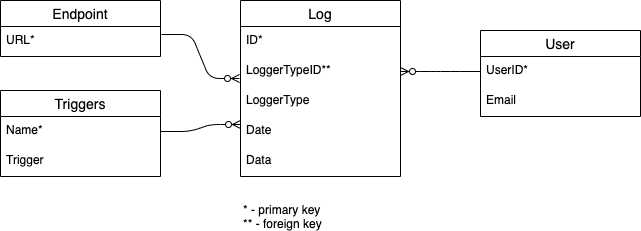
minima-global/emh keeps this draw.io diagram as docs/images/dbase.png. Above is the earlier version. Source tidied: cells renumbered, new cells last; positions are measured from the earlier drawing's top-left corner, leaving out a move shared by most shapes. Its diagram source:
```xml
<mxGraphModel>
  <root>
    <mxCell id="0" />
    <mxCell id="1" parent="0" />
    <mxCell id="2" value="User" style="swimlane;fontStyle=0;horizontal=1;startSize=26;align=center;fontSize=14;" parent="1" vertex="1">
      <mxGeometry x="480" y="30" width="160" height="86" as="geometry" />
    </mxCell>
    <mxCell id="3" value="UserID*" style="text;strokeColor=none;fillColor=none;spacingLeft=4;spacingRight=4;overflow=hidden;points=[[0,0.5],[1,0.5]];portConstraint=eastwest;fontSize=12;" parent="2" vertex="1">
      <mxGeometry y="26" width="160" height="30" as="geometry" />
    </mxCell>
    <mxCell id="4" value="Email" style="text;strokeColor=none;fillColor=none;spacingLeft=4;spacingRight=4;overflow=hidden;fontSize=12;" parent="2" vertex="1">
      <mxGeometry y="56" width="160" height="30" as="geometry" />
    </mxCell>
    <mxCell id="5" value="Log" style="swimlane;fontStyle=0;horizontal=1;startSize=26;align=center;fontSize=14;" parent="1" vertex="1">
      <mxGeometry x="240" width="160" height="176" as="geometry" />
    </mxCell>
    <mxCell id="6" value="ID*" style="text;strokeColor=none;fillColor=none;spacingLeft=4;spacingRight=4;overflow=hidden;fontSize=12;" parent="5" vertex="1">
      <mxGeometry y="26" width="160" height="30" as="geometry" />
    </mxCell>
    <mxCell id="7" value="LoggerTypeID**" style="text;strokeColor=none;fillColor=none;spacingLeft=4;spacingRight=4;overflow=hidden;points=[[0,0.5],[1,0.5]];portConstraint=eastwest;fontSize=12;" parent="5" vertex="1">
      <mxGeometry y="56" width="160" height="30" as="geometry" />
    </mxCell>
    <mxCell id="8" value="LoggerType" style="text;strokeColor=none;fillColor=none;spacingLeft=4;spacingRight=4;overflow=hidden;fontSize=12;" parent="5" vertex="1">
      <mxGeometry y="86" width="160" height="30" as="geometry" />
    </mxCell>
    <mxCell id="9" value="Date" style="text;strokeColor=none;fillColor=none;spacingLeft=4;spacingRight=4;overflow=hidden;fontSize=12;" parent="5" vertex="1">
      <mxGeometry y="116" width="160" height="30" as="geometry" />
    </mxCell>
    <mxCell id="10" style="edgeStyle=entityRelationEdgeStyle;fontSize=12;html=1;endArrow=ERzeroToMany;endFill=1;exitX=1;exitY=0.5;exitDx=0;exitDy=0;" parent="5" edge="1" source="13">
      <mxGeometry relative="1" as="geometry">
        <mxPoint y="124" as="targetPoint" />
      </mxGeometry>
    </mxCell>
    <mxCell id="11" value="Data" style="text;strokeColor=none;fillColor=none;spacingLeft=4;spacingRight=4;overflow=hidden;fontSize=12;" parent="5" vertex="1">
      <mxGeometry y="146" width="160" height="30" as="geometry" />
    </mxCell>
    <mxCell id="12" value="Triggers" style="swimlane;fontStyle=0;horizontal=1;startSize=26;align=center;fontSize=14;" parent="1" vertex="1">
      <mxGeometry y="90" width="160" height="86" as="geometry" />
    </mxCell>
    <mxCell id="13" value="Name* " style="text;strokeColor=none;fillColor=none;spacingLeft=4;spacingRight=4;overflow=hidden;points=[[0,0.5],[1,0.5]];portConstraint=eastwest;fontSize=12;" parent="12" vertex="1">
      <mxGeometry y="26" width="160" height="30" as="geometry" />
    </mxCell>
    <mxCell id="14" value="Trigger" style="text;strokeColor=none;fillColor=none;spacingLeft=4;spacingRight=4;overflow=hidden;fontSize=12;" parent="12" vertex="1">
      <mxGeometry y="56" width="160" height="30" as="geometry" />
    </mxCell>
    <mxCell id="15" value="Endpoint" style="swimlane;fontStyle=0;horizontal=1;startSize=26;align=center;fontSize=14;" parent="1" vertex="1">
      <mxGeometry width="160" height="56" as="geometry" />
    </mxCell>
    <mxCell id="16" value="URL*" style="text;strokeColor=none;fillColor=none;spacingLeft=4;spacingRight=4;overflow=hidden;points=[[0,0.5],[1,0.5]];portConstraint=eastwest;fontSize=12;" parent="15" vertex="1">
      <mxGeometry y="26" width="160" height="30" as="geometry" />
    </mxCell>
    <mxCell id="17" style="edgeStyle=entityRelationEdgeStyle;fontSize=12;html=1;endArrow=ERzeroToMany;endFill=1;exitX=1.006;exitY=0.267;exitDx=0;exitDy=0;exitPerimeter=0;entryX=-0.006;entryY=0.733;entryDx=0;entryDy=0;entryPerimeter=0;" parent="1" edge="1" source="16" target="7">
      <mxGeometry relative="1" as="geometry" />
    </mxCell>
    <mxCell id="18" style="edgeStyle=entityRelationEdgeStyle;fontSize=12;html=1;endArrow=ERzeroToMany;endFill=1;exitX=0;exitY=0.5;exitDx=0;exitDy=0;" parent="1" edge="1" source="3" target="7">
      <mxGeometry relative="1" as="geometry" />
    </mxCell>
    <mxCell id="19" value="* - primary key&lt;br&gt;** - foreign key" style="text;html=1;strokeColor=none;fillColor=none;align=left;verticalAlign=middle;whiteSpace=wrap;rounded=0;" parent="1" vertex="1">
      <mxGeometry x="241" y="206" width="110" height="20" as="geometry" />
    </mxCell>
  </root>
</mxGraphModel>
```
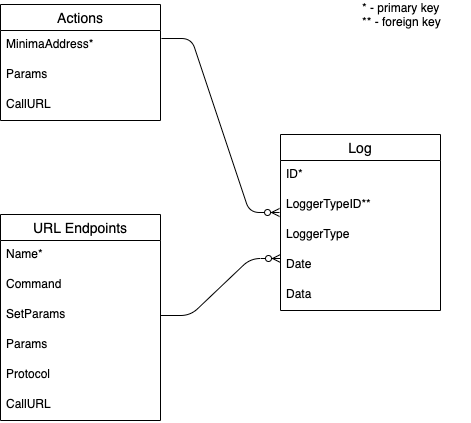
After the change.

Commit message:
dbase design

The edit, as a diff of the source:
```diff
@@ -2,17 +2,8 @@
   <root>
     <mxCell id="0" />
     <mxCell id="1" parent="0" />
-    <mxCell id="2" value="User" style="swimlane;fontStyle=0;horizontal=1;startSize=26;align=center;fontSize=14;" parent="1" vertex="1">
-      <mxGeometry x="480" y="30" width="160" height="86" as="geometry" />
-    </mxCell>
-    <mxCell id="3" value="UserID*" style="text;strokeColor=none;fillColor=none;spacingLeft=4;spacingRight=4;overflow=hidden;points=[[0,0.5],[1,0.5]];portConstraint=eastwest;fontSize=12;" parent="2" vertex="1">
-      <mxGeometry y="26" width="160" height="30" as="geometry" />
-    </mxCell>
-    <mxCell id="4" value="Email" style="text;strokeColor=none;fillColor=none;spacingLeft=4;spacingRight=4;overflow=hidden;fontSize=12;" parent="2" vertex="1">
-      <mxGeometry y="56" width="160" height="30" as="geometry" />
-    </mxCell>
     <mxCell id="5" value="Log" style="swimlane;fontStyle=0;horizontal=1;startSize=26;align=center;fontSize=14;" parent="1" vertex="1">
-      <mxGeometry x="240" width="160" height="176" as="geometry" />
+      <mxGeometry x="280" y="50" width="160" height="176" as="geometry" />
     </mxCell>
     <mxCell id="6" value="ID*" style="text;strokeColor=none;fillColor=none;spacingLeft=4;spacingRight=4;overflow=hidden;fontSize=12;" parent="5" vertex="1">
       <mxGeometry y="26" width="160" height="30" as="geometry" />
@@ -26,7 +17,7 @@
     <mxCell id="9" value="Date" style="text;strokeColor=none;fillColor=none;spacingLeft=4;spacingRight=4;overflow=hidden;fontSize=12;" parent="5" vertex="1">
       <mxGeometry y="116" width="160" height="30" as="geometry" />
     </mxCell>
-    <mxCell id="10" style="edgeStyle=entityRelationEdgeStyle;fontSize=12;html=1;endArrow=ERzeroToMany;endFill=1;exitX=1;exitY=0.5;exitDx=0;exitDy=0;" parent="5" edge="1" source="13">
+    <mxCell id="10" style="edgeStyle=entityRelationEdgeStyle;fontSize=12;html=1;endArrow=ERzeroToMany;endFill=1;" parent="5" edge="1" source="20">
       <mxGeometry relative="1" as="geometry">
         <mxPoint y="124" as="targetPoint" />
       </mxGeometry>
@@ -34,29 +25,44 @@
     <mxCell id="11" value="Data" style="text;strokeColor=none;fillColor=none;spacingLeft=4;spacingRight=4;overflow=hidden;fontSize=12;" parent="5" vertex="1">
       <mxGeometry y="146" width="160" height="30" as="geometry" />
     </mxCell>
-    <mxCell id="12" value="Triggers" style="swimlane;fontStyle=0;horizontal=1;startSize=26;align=center;fontSize=14;" parent="1" vertex="1">
-      <mxGeometry y="90" width="160" height="86" as="geometry" />
+    <mxCell id="12" value="URL Endpoints" style="swimlane;fontStyle=0;horizontal=1;startSize=26;align=center;fontSize=14;" parent="1" vertex="1">
+      <mxGeometry y="130" width="160" height="206" as="geometry" />
     </mxCell>
     <mxCell id="13" value="Name* " style="text;strokeColor=none;fillColor=none;spacingLeft=4;spacingRight=4;overflow=hidden;points=[[0,0.5],[1,0.5]];portConstraint=eastwest;fontSize=12;" parent="12" vertex="1">
       <mxGeometry y="26" width="160" height="30" as="geometry" />
     </mxCell>
-    <mxCell id="14" value="Trigger" style="text;strokeColor=none;fillColor=none;spacingLeft=4;spacingRight=4;overflow=hidden;fontSize=12;" parent="12" vertex="1">
+    <mxCell id="14" value="Command" style="text;strokeColor=none;fillColor=none;spacingLeft=4;spacingRight=4;overflow=hidden;fontSize=12;" parent="12" vertex="1">
       <mxGeometry y="56" width="160" height="30" as="geometry" />
     </mxCell>
+    <mxCell id="20" value="SetParams" style="text;strokeColor=none;fillColor=none;spacingLeft=4;spacingRight=4;overflow=hidden;points=[[0,0.5],[1,0.5]];portConstraint=eastwest;fontSize=12;" parent="12" vertex="1">
+      <mxGeometry y="86" width="160" height="30" as="geometry" />
+    </mxCell>
+    <mxCell id="21" value="Params" style="text;strokeColor=none;fillColor=none;spacingLeft=4;spacingRight=4;overflow=hidden;fontSize=12;" parent="12" vertex="1">
+      <mxGeometry y="116" width="160" height="30" as="geometry" />
+    </mxCell>
+    <mxCell id="22" value="Protocol" style="text;strokeColor=none;fillColor=none;spacingLeft=4;spacingRight=4;overflow=hidden;fontSize=12;" parent="12" vertex="1">
+      <mxGeometry y="146" width="160" height="30" as="geometry" />
+    </mxCell>
+    <mxCell id="23" value="CallURL" style="text;strokeColor=none;fillColor=none;spacingLeft=4;spacingRight=4;overflow=hidden;fontSize=12;" parent="12" vertex="1">
+      <mxGeometry y="176" width="160" height="30" as="geometry" />
+    </mxCell>
-    <mxCell id="15" value="Endpoint" style="swimlane;fontStyle=0;horizontal=1;startSize=26;align=center;fontSize=14;" parent="1" vertex="1">
-      <mxGeometry width="160" height="56" as="geometry" />
+    <mxCell id="15" value="Actions" style="swimlane;fontStyle=0;horizontal=1;startSize=26;align=center;fontSize=14;" parent="1" vertex="1">
+      <mxGeometry y="-80" width="160" height="116" as="geometry" />
     </mxCell>
-    <mxCell id="16" value="URL*" style="text;strokeColor=none;fillColor=none;spacingLeft=4;spacingRight=4;overflow=hidden;points=[[0,0.5],[1,0.5]];portConstraint=eastwest;fontSize=12;" parent="15" vertex="1">
+    <mxCell id="16" value="MinimaAddress*" style="text;strokeColor=none;fillColor=none;spacingLeft=4;spacingRight=4;overflow=hidden;points=[[0,0.5],[1,0.5]];portConstraint=eastwest;fontSize=12;" parent="15" vertex="1">
       <mxGeometry y="26" width="160" height="30" as="geometry" />
     </mxCell>
+    <mxCell id="24" value="Params" style="text;strokeColor=none;fillColor=none;spacingLeft=4;spacingRight=4;overflow=hidden;fontSize=12;" parent="15" vertex="1">
+      <mxGeometry y="56" width="160" height="30" as="geometry" />
+    </mxCell>
+    <mxCell id="25" value="CallURL" style="text;strokeColor=none;fillColor=none;spacingLeft=4;spacingRight=4;overflow=hidden;fontSize=12;" parent="15" vertex="1">
+      <mxGeometry y="86" width="160" height="30" as="geometry" />
+    </mxCell>
     <mxCell id="17" style="edgeStyle=entityRelationEdgeStyle;fontSize=12;html=1;endArrow=ERzeroToMany;endFill=1;exitX=1.006;exitY=0.267;exitDx=0;exitDy=0;exitPerimeter=0;entryX=-0.006;entryY=0.733;entryDx=0;entryDy=0;entryPerimeter=0;" parent="1" edge="1" source="16" target="7">
       <mxGeometry relative="1" as="geometry" />
     </mxCell>
-    <mxCell id="18" style="edgeStyle=entityRelationEdgeStyle;fontSize=12;html=1;endArrow=ERzeroToMany;endFill=1;exitX=0;exitY=0.5;exitDx=0;exitDy=0;" parent="1" edge="1" source="3" target="7">
-      <mxGeometry relative="1" as="geometry" />
-    </mxCell>
     <mxCell id="19" value="* - primary key&lt;br&gt;** - foreign key" style="text;html=1;strokeColor=none;fillColor=none;align=left;verticalAlign=middle;whiteSpace=wrap;rounded=0;" parent="1" vertex="1">
-      <mxGeometry x="241" y="206" width="110" height="20" as="geometry" />
+      <mxGeometry x="360" y="-80" width="110" height="20" as="geometry" />
     </mxCell>
   </root>
 </mxGraphModel>
```
